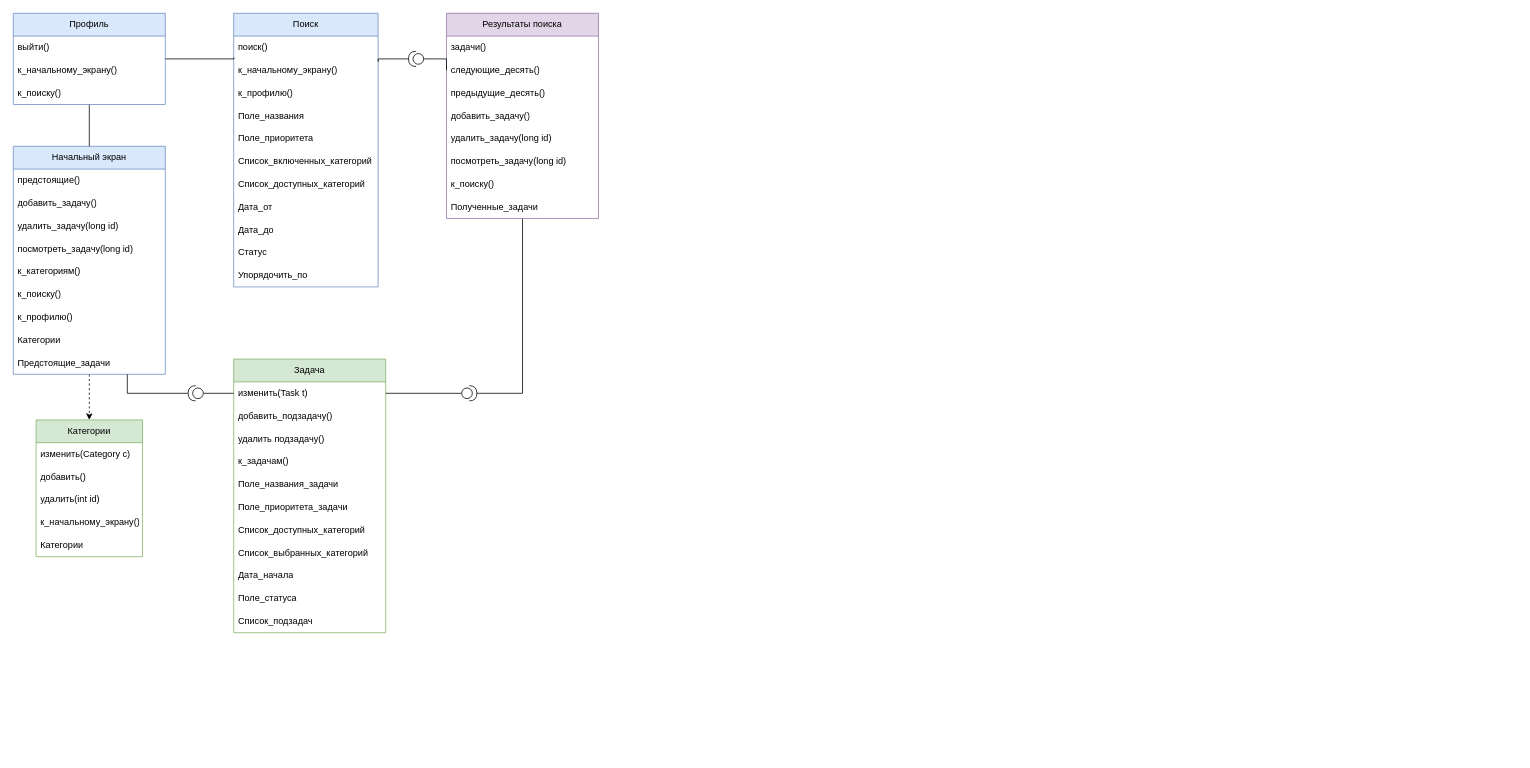
BaronVice/schemas keeps this draw.io diagram as InterfaceDiagram.drawio. Above is the earlier version. Source tidied: cells renumbered, new cells numbered last; positions are measured from the earlier drawing's top-left corner, leaving out a move shared by most shapes. Both pictures are drawn from the tidied source at 76%, with x=0, y=0 at pixel (13, 13).
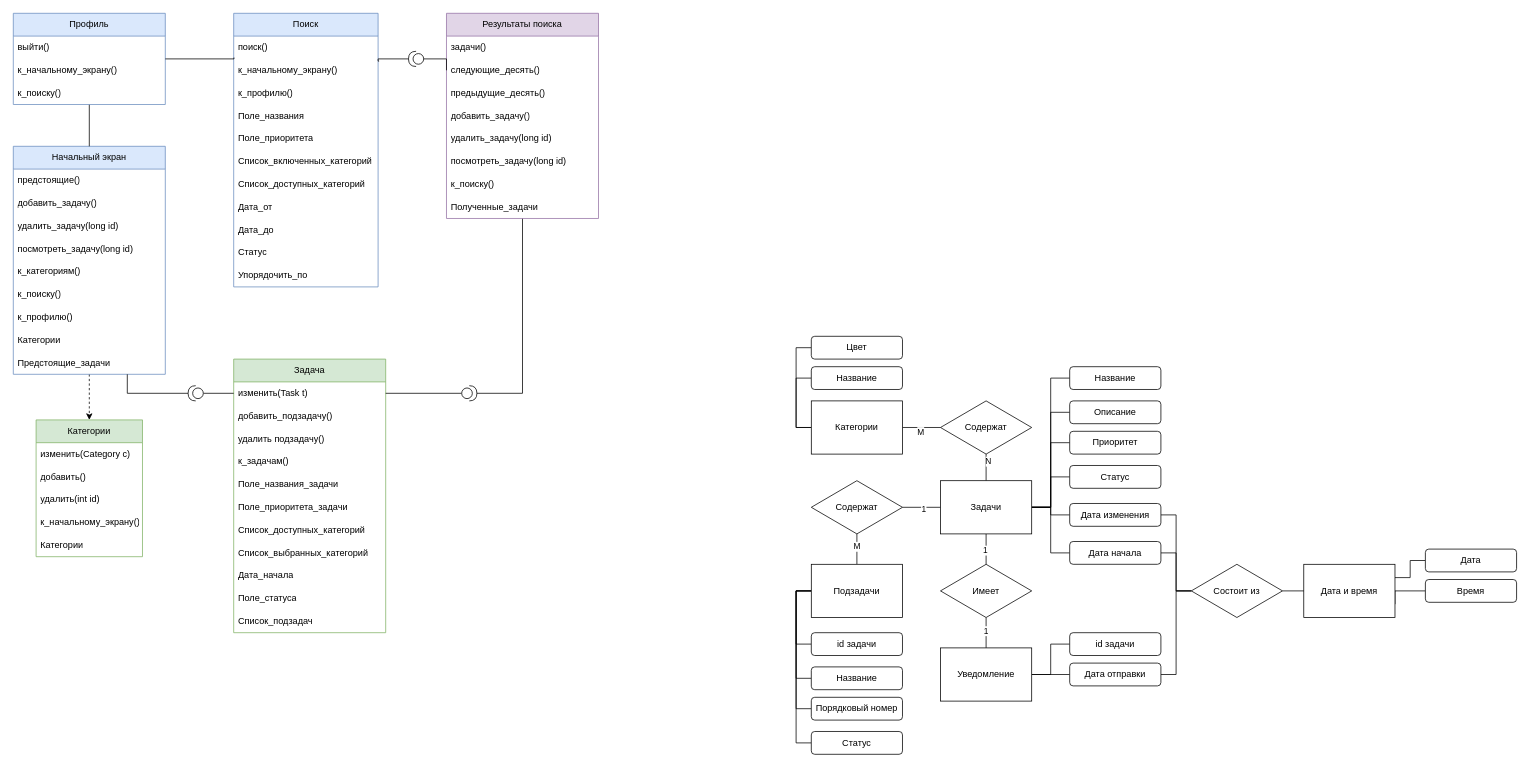
The same page after the edit.

Diff of the diagram source:
```diff
@@
+    <mxCell id="67" style="edgeStyle=orthogonalEdgeStyle;rounded=0;jettySize=auto;html=1;exitX=1;exitY=0.25;exitDx=0;exitDy=0;entryX=0;entryY=0.5;entryDx=0;entryDy=0;endArrow=none;startFill=0;" parent="1" edge="1" source="69" target="70">
+      <mxGeometry relative="1" as="geometry" />
+    </mxCell>
+    <mxCell id="68" style="edgeStyle=orthogonalEdgeStyle;rounded=0;jettySize=auto;html=1;exitX=1;exitY=0.75;exitDx=0;exitDy=0;entryX=0;entryY=0.5;entryDx=0;entryDy=0;endArrow=none;startFill=0;" parent="1" edge="1" source="69" target="71">
+      <mxGeometry relative="1" as="geometry">
+        <Array as="points">
+          <mxPoint x="1818" y="760" />
+        </Array>
+      </mxGeometry>
+    </mxCell>
+    <mxCell id="69" value="Дата и время" style="rounded=0;whiteSpace=wrap;html=1;" parent="1" vertex="1">
+      <mxGeometry x="1698" y="725" width="120" height="70" as="geometry" />
+    </mxCell>
+    <mxCell id="70" value="Дата" style="rounded=1;whiteSpace=wrap;html=1;" parent="1" vertex="1">
+      <mxGeometry x="1858" y="705" width="120" height="30" as="geometry" />
+    </mxCell>
+    <mxCell id="71" value="Время" style="rounded=1;whiteSpace=wrap;html=1;" parent="1" vertex="1">
+      <mxGeometry x="1858" y="745" width="120" height="30" as="geometry" />
+    </mxCell>
+    <mxCell id="72" style="edgeStyle=orthogonalEdgeStyle;rounded=0;jettySize=auto;html=1;exitX=0.5;exitY=1;exitDx=0;exitDy=0;entryX=0.5;entryY=0;entryDx=0;entryDy=0;endArrow=none;startFill=0;" parent="1" edge="1" source="74" target="119">
+      <mxGeometry relative="1" as="geometry" />
+    </mxCell>
+    <mxCell id="73" value="M" style="edgeLabel;html=1;align=center;verticalAlign=middle;" parent="72" vertex="1">
+      <mxGeometry x="-0.19" y="-1" relative="1" as="geometry" />
+    </mxCell>
+    <mxCell id="74" value="Содержат" style="rhombus;whiteSpace=wrap;html=1;" parent="1" vertex="1">
+      <mxGeometry x="1050" y="615" width="120" height="70" as="geometry" />
+    </mxCell>
+    <mxCell id="75" style="edgeStyle=orthogonalEdgeStyle;rounded=0;jettySize=auto;html=1;exitX=1;exitY=0.5;exitDx=0;exitDy=0;entryX=0;entryY=0.5;entryDx=0;entryDy=0;endArrow=none;startFill=0;" parent="1" edge="1" source="76" target="69">
+      <mxGeometry relative="1" as="geometry" />
+    </mxCell>
+    <mxCell id="76" value="Состоит из" style="rhombus;whiteSpace=wrap;html=1;" parent="1" vertex="1">
+      <mxGeometry x="1550" y="725" width="120" height="70" as="geometry" />
+    </mxCell>
+    <mxCell id="77" style="edgeStyle=orthogonalEdgeStyle;rounded=0;jettySize=auto;html=1;exitX=0.5;exitY=1;exitDx=0;exitDy=0;entryX=0.5;entryY=0;entryDx=0;entryDy=0;endArrow=none;startFill=0;" parent="1" edge="1" source="79" target="100">
+      <mxGeometry relative="1" as="geometry" />
+    </mxCell>
+    <mxCell id="78" value="N" style="edgeLabel;html=1;align=center;verticalAlign=middle;" parent="77" vertex="1">
+      <mxGeometry x="-0.49" y="2" relative="1" as="geometry" />
+    </mxCell>
+    <mxCell id="79" value="Содержат" style="rhombus;whiteSpace=wrap;html=1;" parent="1" vertex="1">
+      <mxGeometry x="1220" y="510" width="120" height="70" as="geometry" />
+    </mxCell>
+    <mxCell id="80" style="edgeStyle=orthogonalEdgeStyle;rounded=0;jettySize=auto;html=1;exitX=0.5;exitY=1;exitDx=0;exitDy=0;entryX=0.5;entryY=0;entryDx=0;entryDy=0;endArrow=none;startFill=0;" parent="1" edge="1" source="82" target="111">
+      <mxGeometry relative="1" as="geometry" />
+    </mxCell>
+    <mxCell id="81" value="1" style="edgeLabel;html=1;align=center;verticalAlign=middle;" parent="80" vertex="1">
+      <mxGeometry x="-0.13" y="-1" relative="1" as="geometry" />
+    </mxCell>
+    <mxCell id="82" value="Имеет" style="rhombus;whiteSpace=wrap;html=1;" parent="1" vertex="1">
+      <mxGeometry x="1220" y="725" width="120" height="70" as="geometry" />
+    </mxCell>
+    <mxCell id="83" style="edgeStyle=orthogonalEdgeStyle;rounded=0;jettySize=auto;html=1;exitX=0;exitY=0.5;exitDx=0;exitDy=0;entryX=0;entryY=0.5;entryDx=0;entryDy=0;endArrow=none;startFill=0;" parent="1" edge="1" source="87" target="88">
+      <mxGeometry relative="1" as="geometry" />
+    </mxCell>
+    <mxCell id="84" style="edgeStyle=orthogonalEdgeStyle;rounded=0;jettySize=auto;html=1;exitX=0;exitY=0.5;exitDx=0;exitDy=0;entryX=0;entryY=0.5;entryDx=0;entryDy=0;endArrow=none;startFill=0;" parent="1" edge="1" source="87" target="89">
+      <mxGeometry relative="1" as="geometry" />
+    </mxCell>
+    <mxCell id="85" style="edgeStyle=orthogonalEdgeStyle;rounded=0;jettySize=auto;html=1;exitX=1;exitY=0.5;exitDx=0;exitDy=0;entryX=0;entryY=0.5;entryDx=0;entryDy=0;endArrow=none;startFill=0;" parent="1" edge="1" source="87" target="79">
+      <mxGeometry relative="1" as="geometry" />
+    </mxCell>
+    <mxCell id="86" value="M" style="edgeLabel;html=1;align=center;verticalAlign=middle;" parent="85" vertex="1">
+      <mxGeometry x="-0.07" y="-5" relative="1" as="geometry" />
+    </mxCell>
+    <mxCell id="87" value="Категории" style="rounded=0;whiteSpace=wrap;html=1;" parent="1" vertex="1">
+      <mxGeometry x="1050" y="510" width="120" height="70" as="geometry" />
+    </mxCell>
+    <mxCell id="88" value="Название" style="rounded=1;whiteSpace=wrap;html=1;" parent="1" vertex="1">
+      <mxGeometry x="1050" y="465" width="120" height="30" as="geometry" />
+    </mxCell>
+    <mxCell id="89" value="Цвет" style="rounded=1;whiteSpace=wrap;html=1;" parent="1" vertex="1">
+      <mxGeometry x="1050" y="425" width="120" height="30" as="geometry" />
+    </mxCell>
+    <mxCell id="90" style="edgeStyle=orthogonalEdgeStyle;rounded=0;jettySize=auto;html=1;exitX=1;exitY=0.5;exitDx=0;exitDy=0;entryX=0;entryY=0.5;entryDx=0;entryDy=0;endArrow=none;startFill=0;" parent="1" edge="1" source="100" target="101">
+      <mxGeometry relative="1" as="geometry" />
+    </mxCell>
+    <mxCell id="91" style="edgeStyle=orthogonalEdgeStyle;rounded=0;jettySize=auto;html=1;exitX=1;exitY=0.5;exitDx=0;exitDy=0;entryX=0;entryY=0.5;entryDx=0;entryDy=0;endArrow=none;startFill=0;" parent="1" edge="1" source="100" target="102">
+      <mxGeometry relative="1" as="geometry" />
+    </mxCell>
+    <mxCell id="92" style="edgeStyle=orthogonalEdgeStyle;rounded=0;jettySize=auto;html=1;exitX=1;exitY=0.5;exitDx=0;exitDy=0;entryX=0;entryY=0.5;entryDx=0;entryDy=0;endArrow=none;startFill=0;" parent="1" edge="1" source="100" target="103">
+      <mxGeometry relative="1" as="geometry" />
+    </mxCell>
+    <mxCell id="93" style="edgeStyle=orthogonalEdgeStyle;rounded=0;jettySize=auto;html=1;exitX=1;exitY=0.5;exitDx=0;exitDy=0;entryX=0;entryY=0.5;entryDx=0;entryDy=0;endArrow=none;startFill=0;" parent="1" edge="1" source="100" target="104">
+      <mxGeometry relative="1" as="geometry" />
+    </mxCell>
+    <mxCell id="94" style="edgeStyle=orthogonalEdgeStyle;rounded=0;jettySize=auto;html=1;exitX=1;exitY=0.5;exitDx=0;exitDy=0;entryX=0;entryY=0.5;entryDx=0;entryDy=0;endArrow=none;startFill=0;" parent="1" edge="1" source="100" target="108">
+      <mxGeometry relative="1" as="geometry" />
+    </mxCell>
+    <mxCell id="95" style="edgeStyle=orthogonalEdgeStyle;rounded=0;jettySize=auto;html=1;exitX=1;exitY=0.5;exitDx=0;exitDy=0;entryX=0;entryY=0.5;entryDx=0;entryDy=0;endArrow=none;startFill=0;" parent="1" edge="1" source="100" target="106">
+      <mxGeometry relative="1" as="geometry" />
+    </mxCell>
+    <mxCell id="96" style="edgeStyle=orthogonalEdgeStyle;rounded=0;jettySize=auto;html=1;exitX=0.5;exitY=1;exitDx=0;exitDy=0;entryX=0.5;entryY=0;entryDx=0;entryDy=0;endArrow=none;startFill=0;" parent="1" edge="1" source="100" target="82">
+      <mxGeometry relative="1" as="geometry" />
+    </mxCell>
+    <mxCell id="97" value="1" style="edgeLabel;html=1;align=center;verticalAlign=middle;" parent="96" vertex="1">
+      <mxGeometry x="0.03" y="-2" relative="1" as="geometry" />
+    </mxCell>
+    <mxCell id="98" style="edgeStyle=orthogonalEdgeStyle;rounded=0;jettySize=auto;html=1;exitX=0;exitY=0.5;exitDx=0;exitDy=0;entryX=1;entryY=0.5;entryDx=0;entryDy=0;endArrow=none;startFill=0;" parent="1" edge="1" source="100" target="74">
+      <mxGeometry relative="1" as="geometry" />
+    </mxCell>
+    <mxCell id="99" value="1" style="edgeLabel;html=1;align=center;verticalAlign=middle;" parent="98" vertex="1">
+      <mxGeometry x="-0.07" y="2" relative="1" as="geometry" />
+    </mxCell>
+    <mxCell id="100" value="Задачи" style="rounded=0;whiteSpace=wrap;html=1;" parent="1" vertex="1">
+      <mxGeometry x="1220" y="615" width="120" height="70" as="geometry" />
+    </mxCell>
+    <mxCell id="101" value="Название" style="rounded=1;whiteSpace=wrap;html=1;" parent="1" vertex="1">
+      <mxGeometry x="1390" y="465" width="120" height="30" as="geometry" />
+    </mxCell>
+    <mxCell id="102" value="Описание" style="rounded=1;whiteSpace=wrap;html=1;" parent="1" vertex="1">
+      <mxGeometry x="1390" y="510" width="120" height="30" as="geometry" />
+    </mxCell>
+    <mxCell id="103" value="Приоритет" style="rounded=1;whiteSpace=wrap;html=1;" parent="1" vertex="1">
+      <mxGeometry x="1390" y="550" width="120" height="30" as="geometry" />
+    </mxCell>
+    <mxCell id="104" value="Статус" style="rounded=1;whiteSpace=wrap;html=1;" parent="1" vertex="1">
+      <mxGeometry x="1390" y="595" width="120" height="30" as="geometry" />
+    </mxCell>
+    <mxCell id="105" style="edgeStyle=orthogonalEdgeStyle;rounded=0;jettySize=auto;html=1;exitX=1;exitY=0.5;exitDx=0;exitDy=0;entryX=0;entryY=0.5;entryDx=0;entryDy=0;endArrow=none;startFill=0;" parent="1" edge="1" source="106" target="76">
+      <mxGeometry relative="1" as="geometry" />
+    </mxCell>
+    <mxCell id="106" value="Дата начала" style="rounded=1;whiteSpace=wrap;html=1;" parent="1" vertex="1">
+      <mxGeometry x="1390" y="695" width="120" height="30" as="geometry" />
+    </mxCell>
+    <mxCell id="107" style="edgeStyle=orthogonalEdgeStyle;rounded=0;jettySize=auto;html=1;exitX=1;exitY=0.5;exitDx=0;exitDy=0;entryX=0;entryY=0.5;entryDx=0;entryDy=0;endArrow=none;startFill=0;" parent="1" edge="1" source="108" target="76">
+      <mxGeometry relative="1" as="geometry" />
+    </mxCell>
+    <mxCell id="108" value="Дата изменения" style="rounded=1;whiteSpace=wrap;html=1;" parent="1" vertex="1">
+      <mxGeometry x="1390" y="645" width="120" height="30" as="geometry" />
+    </mxCell>
+    <mxCell id="109" style="edgeStyle=orthogonalEdgeStyle;rounded=0;jettySize=auto;html=1;exitX=1;exitY=0.5;exitDx=0;exitDy=0;entryX=0;entryY=0.5;entryDx=0;entryDy=0;endArrow=none;startFill=0;" parent="1" edge="1" source="111" target="114">
+      <mxGeometry relative="1" as="geometry" />
+    </mxCell>
+    <mxCell id="110" style="edgeStyle=orthogonalEdgeStyle;rounded=0;jettySize=auto;html=1;exitX=1;exitY=0.5;exitDx=0;exitDy=0;entryX=0;entryY=0.5;entryDx=0;entryDy=0;endArrow=none;startFill=0;" parent="1" edge="1" source="111" target="113">
+      <mxGeometry relative="1" as="geometry" />
+    </mxCell>
+    <mxCell id="111" value="Уведомление" style="rounded=0;whiteSpace=wrap;html=1;" parent="1" vertex="1">
+      <mxGeometry x="1220" y="835" width="120" height="70" as="geometry" />
+    </mxCell>
+    <mxCell id="112" style="edgeStyle=orthogonalEdgeStyle;rounded=0;jettySize=auto;html=1;exitX=1;exitY=0.5;exitDx=0;exitDy=0;entryX=0;entryY=0.5;entryDx=0;entryDy=0;endArrow=none;startFill=0;" parent="1" edge="1" source="113" target="76">
+      <mxGeometry relative="1" as="geometry" />
+    </mxCell>
+    <mxCell id="113" value="Дата отправки" style="rounded=1;whiteSpace=wrap;html=1;" parent="1" vertex="1">
+      <mxGeometry x="1390" y="855" width="120" height="30" as="geometry" />
+    </mxCell>
+    <mxCell id="114" value="id задачи" style="rounded=1;whiteSpace=wrap;html=1;" parent="1" vertex="1">
+      <mxGeometry x="1390" y="815" width="120" height="30" as="geometry" />
+    </mxCell>
+    <mxCell id="115" style="edgeStyle=orthogonalEdgeStyle;rounded=0;jettySize=auto;html=1;exitX=0;exitY=0.5;exitDx=0;exitDy=0;entryX=0;entryY=0.5;entryDx=0;entryDy=0;endArrow=none;startFill=0;" parent="1" edge="1" source="119" target="120">
+      <mxGeometry relative="1" as="geometry" />
+    </mxCell>
+    <mxCell id="116" style="edgeStyle=orthogonalEdgeStyle;rounded=0;jettySize=auto;html=1;exitX=0;exitY=0.5;exitDx=0;exitDy=0;entryX=0;entryY=0.5;entryDx=0;entryDy=0;endArrow=none;startFill=0;" parent="1" edge="1" source="119" target="121">
+      <mxGeometry relative="1" as="geometry" />
+    </mxCell>
+    <mxCell id="117" style="edgeStyle=orthogonalEdgeStyle;rounded=0;jettySize=auto;html=1;exitX=0;exitY=0.5;exitDx=0;exitDy=0;entryX=0;entryY=0.5;entryDx=0;entryDy=0;endArrow=none;startFill=0;" parent="1" edge="1" source="119" target="122">
+      <mxGeometry relative="1" as="geometry" />
+    </mxCell>
+    <mxCell id="118" style="edgeStyle=orthogonalEdgeStyle;rounded=0;jettySize=auto;html=1;exitX=0;exitY=0.5;exitDx=0;exitDy=0;entryX=0;entryY=0.5;entryDx=0;entryDy=0;endArrow=none;startFill=0;" parent="1" edge="1" source="119" target="123">
+      <mxGeometry relative="1" as="geometry" />
+    </mxCell>
+    <mxCell id="119" value="Подзадачи" style="rounded=0;whiteSpace=wrap;html=1;" parent="1" vertex="1">
+      <mxGeometry x="1050" y="725" width="120" height="70" as="geometry" />
+    </mxCell>
+    <mxCell id="120" value="id задачи" style="rounded=1;whiteSpace=wrap;html=1;" parent="1" vertex="1">
+      <mxGeometry x="1050" y="815" width="120" height="30" as="geometry" />
+    </mxCell>
+    <mxCell id="121" value="Название" style="rounded=1;whiteSpace=wrap;html=1;" parent="1" vertex="1">
+      <mxGeometry x="1050" y="860" width="120" height="30" as="geometry" />
+    </mxCell>
+    <mxCell id="122" value="Порядковый номер" style="rounded=1;whiteSpace=wrap;html=1;" parent="1" vertex="1">
+      <mxGeometry x="1050" y="900" width="120" height="30" as="geometry" />
+    </mxCell>
+    <mxCell id="123" value="Статус" style="rounded=1;whiteSpace=wrap;html=1;" parent="1" vertex="1">
+      <mxGeometry x="1050" y="945" width="120" height="30" as="geometry" />
+    </mxCell>
```
